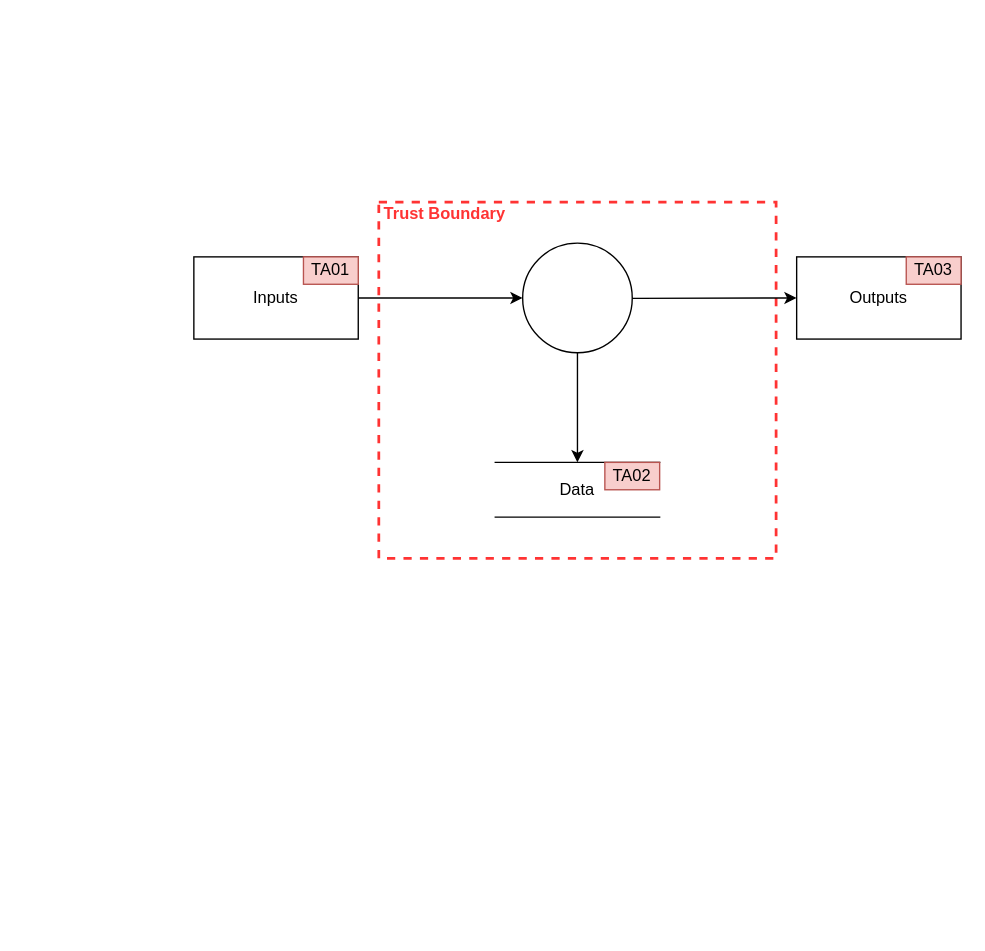
This is Untitled Diagram.drawio from Jim-Sweeting/Drawio, a draw.io file, before an edit. Source tidied: cells renumbered, new cells numbered last; positions are measured from the earlier drawing's top-left corner, leaving out a move shared by most shapes. Both pictures are drawn from the tidied source at 137%, with x=0, y=0 at pixel (193, 201).
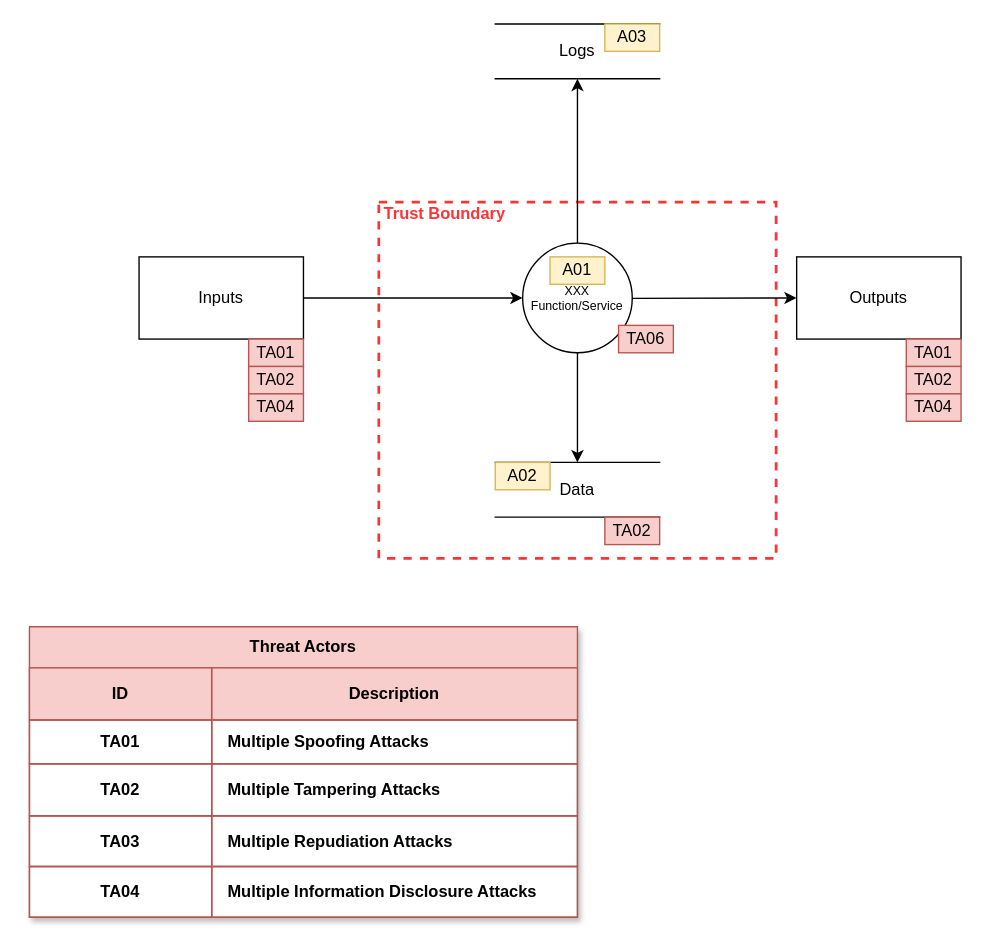
After the change.

What changed in the source:
```diff
@@
-    <mxCell id="3" style="ellipse;whiteSpace=wrap;html=1;" parent="1" vertex="1">
+    <mxCell id="3" value="XXX Function/Service" style="ellipse;whiteSpace=wrap;html=1;fontSize=9;" parent="1" vertex="1">
       <mxGeometry x="240" y="30" width="80" height="80" as="geometry" />
     </mxCell>
@@
     <mxCell id="5" value="Inputs" style="rounded=0;whiteSpace=wrap;html=1;" parent="1" vertex="1">
-      <mxGeometry y="40" width="120" height="60" as="geometry" />
+      <mxGeometry x="-40" y="40" width="120" height="60" as="geometry" />
     </mxCell>
@@
     <mxCell id="10" value="TA01" style="text;html=1;strokeColor=#b85450;fillColor=#f8cecc;align=center;verticalAlign=middle;whiteSpace=wrap;overflow=hidden;" parent="1" vertex="1">
-      <mxGeometry x="80" y="40" width="40" height="20" as="geometry" />
+      <mxGeometry x="40" y="100" width="40" height="20" as="geometry" />
     </mxCell>
     <mxCell id="11" value="TA02" style="text;html=1;strokeColor=#b85450;fillColor=#f8cecc;align=center;verticalAlign=middle;whiteSpace=wrap;overflow=hidden;" parent="1" vertex="1">
-      <mxGeometry x="300" y="190" width="40" height="20" as="geometry" />
+      <mxGeometry x="300" y="230" width="40" height="20" as="geometry" />
     </mxCell>
-    <mxCell id="12" value="TA03" style="text;html=1;strokeColor=#b85450;fillColor=#f8cecc;align=center;verticalAlign=middle;whiteSpace=wrap;overflow=hidden;" parent="1" vertex="1">
-      <mxGeometry x="520" y="40" width="40" height="20" as="geometry" />
+    <mxCell id="12" value="TA01" style="text;html=1;strokeColor=#b85450;fillColor=#f8cecc;align=center;verticalAlign=middle;whiteSpace=wrap;overflow=hidden;" parent="1" vertex="1">
+      <mxGeometry x="520" y="100" width="40" height="20" as="geometry" />
     </mxCell>
+    <mxCell id="13" value="Threat Actors" style="shape=table;startSize=30;childLayout=tableLayout;fillColor=#F8CECC;strokeColor=#B85450;fontStyle=1;shadow=1;swimlaneFillColor=#FFFFFF;fontColor=#000000;whiteSpace=wrap;html=1;" parent="1" vertex="1">
+      <mxGeometry x="-120" y="310" width="400" height="212" as="geometry" />
+    </mxCell>
+    <mxCell id="14" style="shape=tableRow;horizontal=0;startSize=0;swimlaneHead=0;swimlaneBody=0;strokeColor=inherit;top=0;left=0;bottom=0;right=0;fillColor=inherit;fontSize=16;fontColor=#000000;" parent="13" vertex="1">
+      <mxGeometry y="30" width="400" height="38" as="geometry" />
+    </mxCell>
+    <mxCell id="15" value="ID" style="html=1;whiteSpace=wrap;strokeColor=inherit;overflow=hidden;fillColor=none;fontColor=#000000;fontStyle=1;" parent="14" vertex="1">
+      <mxGeometry width="133" height="38" as="geometry" />
+    </mxCell>
+    <mxCell id="16" value="Description" style="html=1;whiteSpace=wrap;strokeColor=inherit;overflow=hidden;fillColor=none;fontColor=#000000;fontStyle=1;" parent="14" vertex="1">
+      <mxGeometry x="133" width="267" height="38" as="geometry" />
+    </mxCell>
+    <mxCell id="17" style="shape=tableRow;horizontal=0;startSize=0;swimlaneHead=0;swimlaneBody=0;strokeColor=inherit;top=0;left=0;bottom=0;right=0;fillColor=none;fontSize=16;fontColor=#000000;" parent="13" vertex="1">
+      <mxGeometry y="68" width="400" height="32" as="geometry" />
+    </mxCell>
+    <mxCell id="18" value="TA01" style="html=1;whiteSpace=wrap;strokeColor=inherit;overflow=hidden;fillColor=none;fontColor=#000000;fontStyle=1;" parent="17" vertex="1">
+      <mxGeometry width="133" height="32" as="geometry" />
+    </mxCell>
+    <mxCell id="19" value="Multiple Spoofing Attacks" style="html=1;whiteSpace=wrap;strokeColor=inherit;overflow=hidden;fillColor=none;fontColor=#000000;fontStyle=1;align=left;spacingLeft=10;" parent="17" vertex="1">
+      <mxGeometry x="133" width="267" height="32" as="geometry" />
+    </mxCell>
+    <mxCell id="20" style="shape=tableRow;horizontal=0;startSize=0;swimlaneHead=0;swimlaneBody=0;strokeColor=inherit;top=0;left=0;bottom=0;right=0;fillColor=none;fontSize=16;fontColor=#000000;" parent="13" vertex="1">
+      <mxGeometry y="100" width="400" height="38" as="geometry" />
+    </mxCell>
+    <mxCell id="21" value="TA02" style="html=1;whiteSpace=wrap;strokeColor=inherit;overflow=hidden;fillColor=none;fontColor=#000000;fontStyle=1;" parent="20" vertex="1">
+      <mxGeometry width="133" height="38" as="geometry" />
+    </mxCell>
+    <mxCell id="22" value="Multiple Tampering Attacks" style="html=1;whiteSpace=wrap;strokeColor=inherit;overflow=hidden;fillColor=none;fontColor=#000000;fontStyle=1;align=left;spacingLeft=10;" parent="20" vertex="1">
+      <mxGeometry x="133" width="267" height="38" as="geometry" />
+    </mxCell>
+    <mxCell id="23" style="shape=tableRow;horizontal=0;startSize=0;swimlaneHead=0;swimlaneBody=0;strokeColor=inherit;top=0;left=0;bottom=0;right=0;fillColor=none;fontSize=16;fontColor=#000000;" parent="13" vertex="1">
+      <mxGeometry y="138" width="400" height="37" as="geometry" />
+    </mxCell>
+    <mxCell id="24" value="TA03" style="html=1;whiteSpace=wrap;strokeColor=inherit;overflow=hidden;fillColor=none;fontColor=#000000;fontStyle=1;" parent="23" vertex="1">
+      <mxGeometry width="133" height="37" as="geometry" />
+    </mxCell>
+    <mxCell id="25" value="Multiple Repudiation Attacks" style="html=1;whiteSpace=wrap;strokeColor=inherit;overflow=hidden;fillColor=none;fontColor=#000000;fontStyle=1;align=left;spacingLeft=10;" parent="23" vertex="1">
+      <mxGeometry x="133" width="267" height="37" as="geometry" />
+    </mxCell>
+    <mxCell id="26" style="shape=tableRow;horizontal=0;startSize=0;swimlaneHead=0;swimlaneBody=0;strokeColor=inherit;top=0;left=0;bottom=0;right=0;fillColor=none;fontSize=16;fontColor=#000000;" parent="13" vertex="1">
+      <mxGeometry y="175" width="400" height="37" as="geometry" />
+    </mxCell>
+    <mxCell id="27" value="TA04" style="html=1;whiteSpace=wrap;strokeColor=inherit;overflow=hidden;fillColor=none;fontColor=#000000;fontStyle=1;" parent="26" vertex="1">
+      <mxGeometry width="133" height="37" as="geometry" />
+    </mxCell>
+    <mxCell id="28" value="Multiple Information Disclosure Attacks" style="html=1;whiteSpace=wrap;strokeColor=inherit;overflow=hidden;fillColor=none;fontColor=#000000;fontStyle=1;align=left;spacingLeft=10;" parent="26" vertex="1">
+      <mxGeometry x="133" width="267" height="37" as="geometry" />
+    </mxCell>
+    <mxCell id="29" value="TA02" style="text;html=1;strokeColor=#b85450;fillColor=#f8cecc;align=center;verticalAlign=middle;whiteSpace=wrap;overflow=hidden;" parent="1" vertex="1">
+      <mxGeometry x="40" y="120" width="40" height="20" as="geometry" />
+    </mxCell>
+    <mxCell id="30" value="TA04" style="text;html=1;strokeColor=#b85450;fillColor=#f8cecc;align=center;verticalAlign=middle;whiteSpace=wrap;overflow=hidden;" parent="1" vertex="1">
+      <mxGeometry x="40" y="140" width="40" height="20" as="geometry" />
+    </mxCell>
+    <mxCell id="31" value="TA02" style="text;html=1;strokeColor=#b85450;fillColor=#f8cecc;align=center;verticalAlign=middle;whiteSpace=wrap;overflow=hidden;" parent="1" vertex="1">
+      <mxGeometry x="520" y="120" width="40" height="20" as="geometry" />
+    </mxCell>
+    <mxCell id="32" value="TA04" style="text;html=1;strokeColor=#b85450;fillColor=#f8cecc;align=center;verticalAlign=middle;whiteSpace=wrap;overflow=hidden;" parent="1" vertex="1">
+      <mxGeometry x="520" y="140" width="40" height="20" as="geometry" />
+    </mxCell>
+    <mxCell id="33" value="TA06" style="text;html=1;strokeColor=#b85450;fillColor=#f8cecc;align=center;verticalAlign=middle;whiteSpace=wrap;overflow=hidden;" parent="1" vertex="1">
+      <mxGeometry x="310" y="90" width="40" height="20" as="geometry" />
+    </mxCell>
+    <mxCell id="34" value="A01" style="text;html=1;strokeColor=#d6b656;fillColor=#fff2cc;align=center;verticalAlign=middle;whiteSpace=wrap;overflow=hidden;" parent="1" vertex="1">
+      <mxGeometry x="260" y="40" width="40" height="20" as="geometry" />
+    </mxCell>
+    <mxCell id="35" value="A02" style="text;html=1;strokeColor=#d6b656;fillColor=#fff2cc;align=center;verticalAlign=middle;whiteSpace=wrap;overflow=hidden;" parent="1" vertex="1">
+      <mxGeometry x="220" y="190" width="40" height="20" as="geometry" />
+    </mxCell>
+    <mxCell id="36" value="Logs" style="shape=partialRectangle;whiteSpace=wrap;html=1;left=0;right=0;fillColor=none;" parent="1" vertex="1">
+      <mxGeometry x="220" y="-130" width="120" height="40" as="geometry" />
+    </mxCell>
+    <mxCell id="37" style="endArrow=classic;html=1;fontColor=#FF3333;rounded=0;" parent="1" edge="1" source="3" target="36">
+      <mxGeometry relative="1" as="geometry" />
+    </mxCell>
+    <mxCell id="38" value="A03" style="text;html=1;strokeColor=#d6b656;fillColor=#fff2cc;align=center;verticalAlign=middle;whiteSpace=wrap;overflow=hidden;" parent="1" vertex="1">
+      <mxGeometry x="300" y="-130" width="40" height="20" as="geometry" />
+    </mxCell>
```
